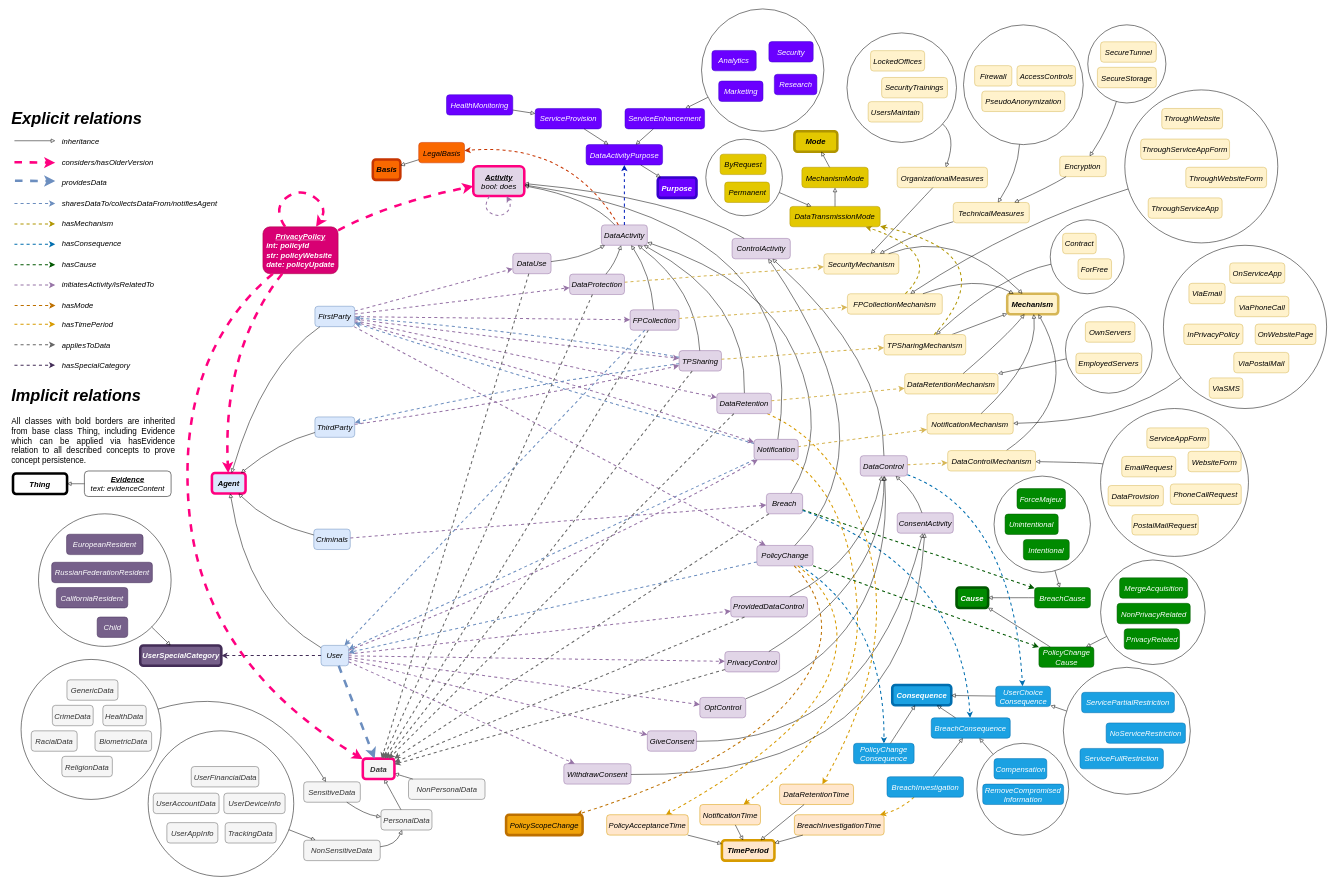
Before: page "full" (1 of 7) of resources/docs/outdated/v1.1/ontology.drawio in kuznetsovmd/pp-ontology, a draw.io diagram. Source tidied: cells renumbered, new cells numbered last; positions are measured from the earlier drawing's top-left corner, leaving out a move shared by most shapes. Both pictures are drawn from the tidied source at 51%, with x=0, y=0 at pixel (9, 9).
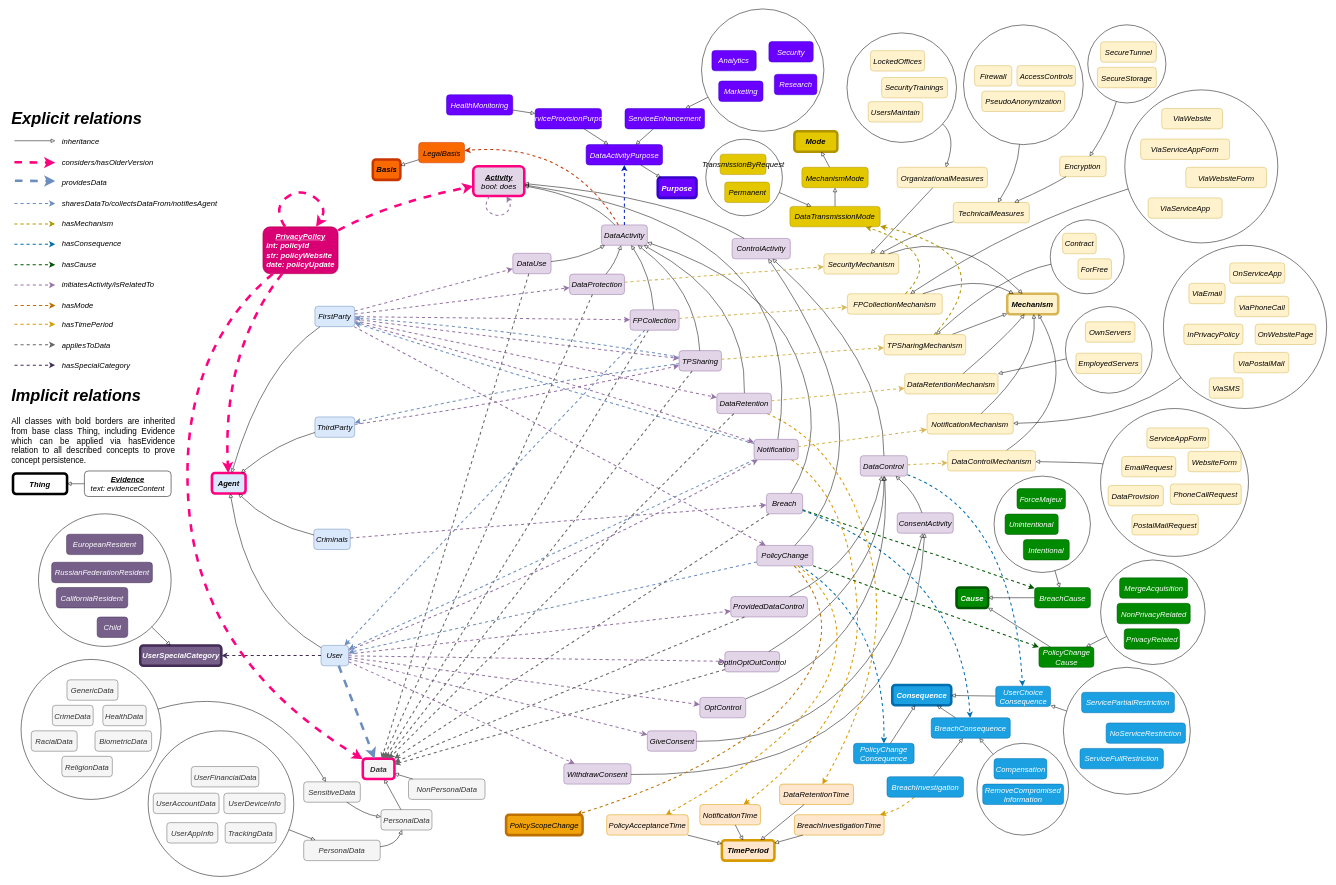
The same diagram, later.

Diff of the diagram source:
```diff
@@
-    <mxCell id="116" value="PrivacyControl" style="rounded=1;whiteSpace=wrap;html=1;fillColor=#e1d5e7;strokeColor=#9673a6;fontSize=15;fontStyle=2;shadow=0;fontFamily=Helvetica;" parent="1" vertex="1">
+    <mxCell id="116" value="OptInOptOutControl" style="rounded=1;whiteSpace=wrap;html=1;fillColor=#e1d5e7;strokeColor=#9673a6;fontSize=15;fontStyle=2;shadow=0;fontFamily=Helvetica;" parent="1" vertex="1">
       <mxGeometry x="1403.8" y="1260" width="107.3" height="40" as="geometry" />
     </mxCell>
@@
-    <mxCell id="120" value="&lt;div style=&quot;font-size: 15px;&quot;&gt;NonSensitiveData&lt;/div&gt;" style="rounded=1;whiteSpace=wrap;html=1;fillColor=#f5f5f5;fontColor=#333333;strokeColor=#666666;fontSize=15;fontStyle=2;shadow=0;fontFamily=Helvetica;" parent="1" vertex="1">
+    <mxCell id="120" value="&lt;div style=&quot;font-size: 15px;&quot;&gt;PersonalData&lt;/div&gt;" style="rounded=1;whiteSpace=wrap;html=1;fillColor=#f5f5f5;fontColor=#333333;strokeColor=#666666;fontSize=15;fontStyle=2;shadow=0;fontFamily=Helvetica;" parent="1" vertex="1">
       <mxGeometry x="578" y="1630" width="150" height="40" as="geometry" />
     </mxCell>
@@
-    <mxCell id="232" value="ByRequest" style="rounded=1;whiteSpace=wrap;html=1;fillColor=#e3c800;strokeColor=#B09500;fontSize=15;fontStyle=2;fontColor=#000000;shadow=0;fontFamily=Helvetica;" parent="1" vertex="1">
+    <mxCell id="232" value="TransmissionByRequest" style="rounded=1;whiteSpace=wrap;html=1;fillColor=#e3c800;strokeColor=#B09500;fontSize=15;fontStyle=2;fontColor=#000000;shadow=0;fontFamily=Helvetica;" parent="1" vertex="1">
       <mxGeometry x="1394.5" y="284.8" width="90" height="40" as="geometry" />
     </mxCell>
@@
-    <mxCell id="251" value="ServiceProvision" style="rounded=1;whiteSpace=wrap;html=1;fillColor=#6a00ff;strokeColor=#3700CC;fontSize=15;fontStyle=2;fontColor=#ffffff;shadow=0;fontFamily=Helvetica;" parent="1" vertex="1">
+    <mxCell id="251" value="ServiceProvisionPurpose" style="rounded=1;whiteSpace=wrap;html=1;fillColor=#6a00ff;strokeColor=#3700CC;fontSize=15;fontStyle=2;fontColor=#ffffff;shadow=0;fontFamily=Helvetica;" parent="1" vertex="1">
       <mxGeometry x="1031.8" y="195.2" width="130" height="40" as="geometry" />
     </mxCell>
@@
-    <mxCell id="256" value="ThroughServiceApp" style="rounded=1;whiteSpace=wrap;html=1;fillColor=#fff2cc;strokeColor=#d6b656;fontSize=15;fontStyle=2;shadow=0;fontFamily=Helvetica;" parent="1" vertex="1">
+    <mxCell id="256" value="ViaServiceApp" style="rounded=1;whiteSpace=wrap;html=1;fillColor=#fff2cc;strokeColor=#d6b656;fontSize=15;fontStyle=2;shadow=0;fontFamily=Helvetica;" parent="1" vertex="1">
       <mxGeometry x="2233.9" y="370.5" width="144.9" height="40" as="geometry" />
     </mxCell>
@@
-    <mxCell id="258" value="ThroughWebsite" style="rounded=1;whiteSpace=wrap;html=1;fillColor=#fff2cc;strokeColor=#d6b656;fontSize=15;fontStyle=2;shadow=0;fontFamily=Helvetica;" parent="1" vertex="1">
+    <mxCell id="258" value="ViaWebsite" style="rounded=1;whiteSpace=wrap;html=1;fillColor=#fff2cc;strokeColor=#d6b656;fontSize=15;fontStyle=2;shadow=0;fontFamily=Helvetica;" parent="1" vertex="1">
       <mxGeometry x="2260.5" y="195.2" width="119.2" height="40" as="geometry" />
     </mxCell>
@@
-    <mxCell id="264" value="ThroughServiceAppForm" style="rounded=1;whiteSpace=wrap;html=1;fillColor=#fff2cc;strokeColor=#d6b656;fontSize=15;fontStyle=2;shadow=0;fontFamily=Helvetica;" parent="1" vertex="1">
+    <mxCell id="264" value="ViaServiceAppForm" style="rounded=1;whiteSpace=wrap;html=1;fillColor=#fff2cc;strokeColor=#d6b656;fontSize=15;fontStyle=2;shadow=0;fontFamily=Helvetica;" parent="1" vertex="1">
       <mxGeometry x="2219.2" y="255.2" width="174.2" height="40" as="geometry" />
     </mxCell>
-    <mxCell id="265" value="ThroughWebsiteForm" style="rounded=1;whiteSpace=wrap;html=1;fillColor=#fff2cc;strokeColor=#d6b656;fontSize=15;fontStyle=2;shadow=0;fontFamily=Helvetica;" parent="1" vertex="1">
+    <mxCell id="265" value="ViaWebsiteForm" style="rounded=1;whiteSpace=wrap;html=1;fillColor=#fff2cc;strokeColor=#d6b656;fontSize=15;fontStyle=2;shadow=0;fontFamily=Helvetica;" parent="1" vertex="1">
       <mxGeometry x="2307.6" y="310.5" width="158.4" height="40" as="geometry" />
     </mxCell>
```
